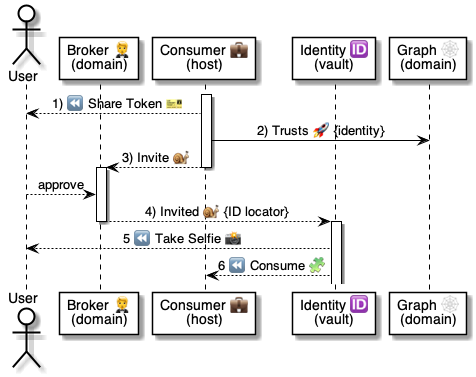
Earlier version of the PlantUML export 5 ⏩ Flows/20 💼⏩ Consumers/.📎 Assets/⚙️ Query Token+ID.png (pollyweb-org/pollyweb-docs). Its source is kept beside it as 5 ⏩ Flows/20 💼⏩ Consumers/.📎 Assets/⚙️ Query Token+ID.puml.
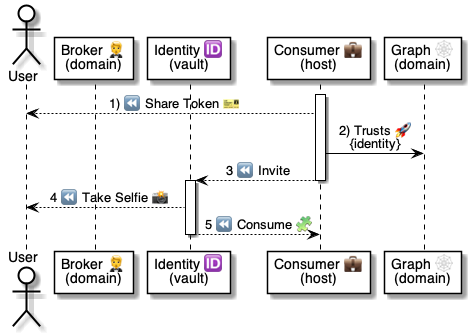
The same file after the commit.

What changed in the source:
```diff
@@ -3,8 +3,8 @@
 
 actor User as user
 participant "Broker 🤵\n(domain)" as broker
+participant "Identity 🆔\n(vault)" as identity
 participant "Consumer 💼\n(host)" as consumer
-participant "Identity 🆔\n(vault)" as identity
 participant "Graph 🕸\n(domain)" as graph
 
 
@@ -14,23 +14,20 @@
 
 
 
-    consumer -> graph: 2) Trusts 🚀 {identity}
-    consumer --> broker: 3) Invite 🐌
-    deactivate consumer
 
-    activate broker
-        user --> broker: approve
-        broker --> identity: 4) Invited 🐌 {ID locator}
-    deactivate broker
+consumer -> graph: 2) Trusts 🚀\n{identity}
+consumer --> identity: 3 ⏪ Invite
 
-    activate identity
+deactivate consumer
+activate identity
 
 
 
+identity --> user: 4 ⏪ Take Selfie 📸
 
-identity --> user: 5 ⏪ Take Selfie 📸
+identity --> consumer: 5 ⏪ Consume 🧩
 
-identity --> consumer:  6 ⏪ Consume 🧩
+deactivate identity
 
 
 @enduml
```
